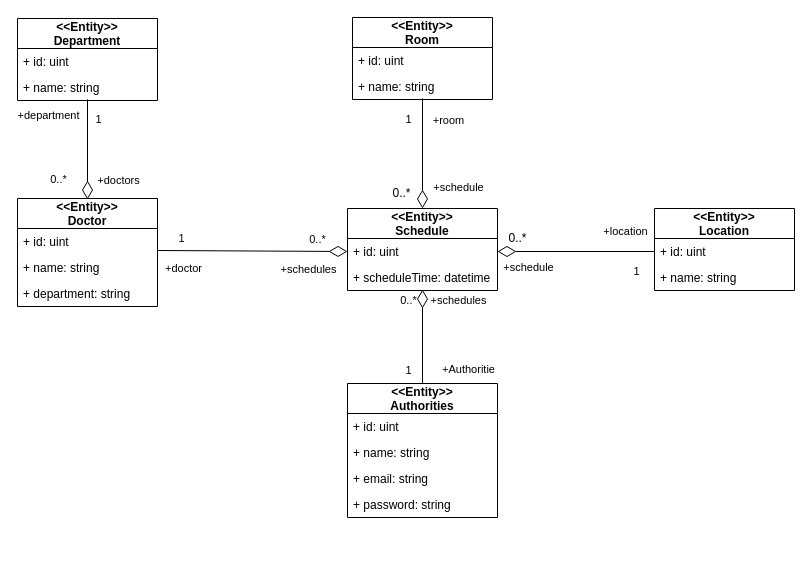
This is page "Design" (10 of 10) of ระบบนัดหมาย.drawio from nunpromporn/DoctorSchedule, a draw.io file, before an edit. Source tidied: cells renumbered, new cells numbered last; positions are measured from the earlier drawing's top-left corner, leaving out a move shared by most shapes. Both pictures are drawn from the tidied source at 100%, with x=0, y=0 at pixel (17, 17).
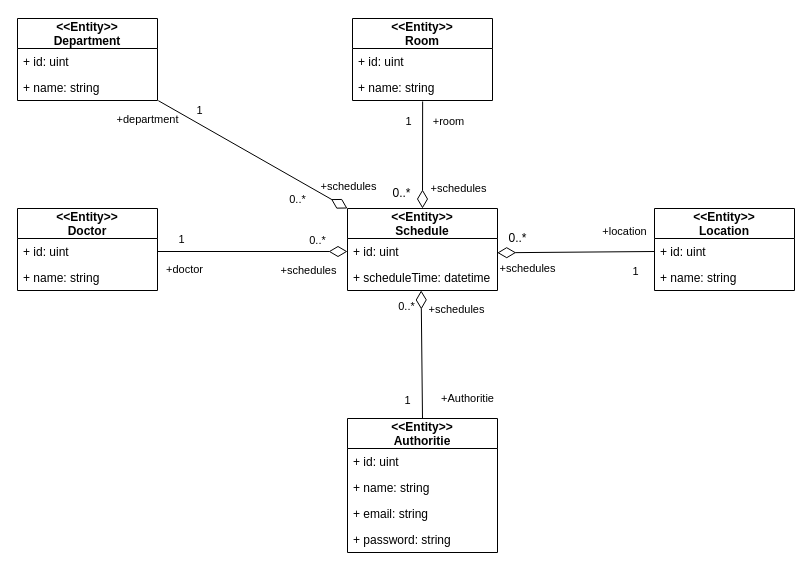
The same page after the edit.

Unchanged cells that the change refers to:
```xml
<mxCell id="2" value="&lt;&lt;Entity&gt;&gt;&#10;Department" style="swimlane;fontStyle=1;horizontal=1;startSize=30;fillColor=none;" parent="1" vertex="1">
  <mxGeometry y="1" width="140" height="82" as="geometry" />
</mxCell>
<mxCell id="9" value="&lt;&lt;Entity&gt;&gt;&#10;Schedule" style="swimlane;fontStyle=1;horizontal=1;startSize=30;fillColor=none;" parent="1" vertex="1">
  <mxGeometry x="330" y="191" width="150" height="82" as="geometry" />
</mxCell>
<mxCell id="11" value="+ scheduleTime: datetime" style="text;strokeColor=none;fillColor=none;align=left;verticalAlign=top;spacingLeft=4;spacingRight=4;overflow=hidden;points=[[0,0.5],[1,0.5]];portConstraint=eastwest;" parent="9" vertex="1">
  <mxGeometry y="56" width="150" height="26" as="geometry" />
</mxCell>
<mxCell id="12" value="&lt;&lt;Entity&gt;&gt;&#10;Location" style="swimlane;fontStyle=1;horizontal=1;startSize=30;fillColor=none;" parent="1" vertex="1">
  <mxGeometry x="637" y="191" width="140" height="82" as="geometry" />
</mxCell>
```

Change to the diagram source:
```diff
@@
-    <mxCell id="3" value="+ id: uint" style="text;strokeColor=none;fillColor=none;align=left;verticalAlign=top;spacingLeft=4;spacingRight=4;overflow=hidden;" parent="2" vertex="1">
-      <mxGeometry y="30" width="140" height="26" as="geometry" />
-    </mxCell>
-    <mxCell id="4" value="+ name: string" style="text;strokeColor=none;fillColor=none;align=left;verticalAlign=top;spacingLeft=4;spacingRight=4;overflow=hidden;" parent="2" vertex="1">
-      <mxGeometry y="56" width="140" height="26" as="geometry" />
-    </mxCell>
+    <mxCell id="48" value="+ id: uint" style="text;strokeColor=none;fillColor=none;align=left;verticalAlign=top;spacingLeft=4;spacingRight=4;overflow=hidden;" parent="2" vertex="1">
+      <mxGeometry y="30" width="140" height="26" as="geometry" />
+    </mxCell>
+    <mxCell id="49" value="+ name: string" style="text;strokeColor=none;fillColor=none;align=left;verticalAlign=top;spacingLeft=4;spacingRight=4;overflow=hidden;points=[[0,0.5],[1,0.5]];portConstraint=eastwest;" parent="2" vertex="1">
+      <mxGeometry y="56" width="140" height="26" as="geometry" />
+    </mxCell>
     <mxCell id="5" value="&lt;&lt;Entity&gt;&gt;&#10;Doctor" style="swimlane;fontStyle=1;horizontal=1;startSize=30;fillColor=none;" parent="1" vertex="1">
-      <mxGeometry y="181" width="140" height="108" as="geometry" />
+      <mxGeometry y="191" width="140" height="82" as="geometry" />
     </mxCell>
-    <mxCell id="6" value="+ id: uint" style="text;strokeColor=none;fillColor=none;align=left;verticalAlign=top;spacingLeft=4;spacingRight=4;overflow=hidden;" parent="5" vertex="1">
-      <mxGeometry y="30" width="140" height="26" as="geometry" />
-    </mxCell>
-    <mxCell id="7" value="+ name: string" style="text;strokeColor=none;fillColor=none;align=left;verticalAlign=top;spacingLeft=4;spacingRight=4;overflow=hidden;" parent="5" vertex="1">
-      <mxGeometry y="56" width="140" height="26" as="geometry" />
-    </mxCell>
-    <mxCell id="8" value="+ department: string" style="text;strokeColor=none;fillColor=none;align=left;verticalAlign=top;spacingLeft=4;spacingRight=4;overflow=hidden;" parent="5" vertex="1">
-      <mxGeometry y="82" width="140" height="26" as="geometry" />
-    </mxCell>
+    <mxCell id="50" value="+ id: uint" style="text;strokeColor=none;fillColor=none;align=left;verticalAlign=top;spacingLeft=4;spacingRight=4;overflow=hidden;points=[[0,0.5],[1,0.5]];portConstraint=eastwest;" parent="5" vertex="1">
+      <mxGeometry y="30" width="140" height="26" as="geometry" />
+    </mxCell>
+    <mxCell id="51" value="+ name: string" style="text;strokeColor=none;fillColor=none;align=left;verticalAlign=top;spacingLeft=4;spacingRight=4;overflow=hidden;" parent="5" vertex="1">
+      <mxGeometry y="56" width="140" height="26" as="geometry" />
+    </mxCell>
@@
-    <mxCell id="10" value="+ id: uint" style="text;strokeColor=none;fillColor=none;align=left;verticalAlign=top;spacingLeft=4;spacingRight=4;overflow=hidden;points=[[0,0.5],[1,0.5]];portConstraint=eastwest;" parent="9" vertex="1">
-      <mxGeometry y="30" width="150" height="26" as="geometry" />
-    </mxCell>
+    <mxCell id="52" value="+ id: uint" style="text;strokeColor=none;fillColor=none;align=left;verticalAlign=top;spacingLeft=4;spacingRight=4;overflow=hidden;points=[[0,0.5],[1,0.5]];portConstraint=eastwest;" parent="9" vertex="1">
+      <mxGeometry y="30" width="150" height="26" as="geometry" />
+    </mxCell>
@@
-    <mxCell id="13" value="+ id: uint" style="text;strokeColor=none;fillColor=none;align=left;verticalAlign=top;spacingLeft=4;spacingRight=4;overflow=hidden;points=[[0,0.5],[1,0.5]];portConstraint=eastwest;" parent="12" vertex="1">
-      <mxGeometry y="30" width="140" height="26" as="geometry" />
-    </mxCell>
-    <mxCell id="14" value="+ name: string" style="text;strokeColor=none;fillColor=none;align=left;verticalAlign=top;spacingLeft=4;spacingRight=4;overflow=hidden;" parent="12" vertex="1">
-      <mxGeometry y="56" width="140" height="26" as="geometry" />
-    </mxCell>
-    <mxCell id="15" value="&lt;&lt;Entity&gt;&gt;&#10;Authorities" style="swimlane;fontStyle=1;horizontal=1;startSize=30;fillColor=none;" parent="1" vertex="1">
-      <mxGeometry x="330" y="366" width="150" height="134" as="geometry" />
-    </mxCell>
-    <mxCell id="16" value="+ id: uint" style="text;strokeColor=none;fillColor=none;align=left;verticalAlign=top;spacingLeft=4;spacingRight=4;overflow=hidden;" parent="15" vertex="1">
-      <mxGeometry y="30" width="150" height="26" as="geometry" />
-    </mxCell>
+    <mxCell id="53" value="+ id: uint" style="text;strokeColor=none;fillColor=none;align=left;verticalAlign=top;spacingLeft=4;spacingRight=4;overflow=hidden;points=[[0,0.5],[1,0.5]];portConstraint=eastwest;" parent="12" vertex="1">
+      <mxGeometry y="30" width="140" height="26" as="geometry" />
+    </mxCell>
+    <mxCell id="54" value="+ name: string" style="text;strokeColor=none;fillColor=none;align=left;verticalAlign=top;spacingLeft=4;spacingRight=4;overflow=hidden;" parent="12" vertex="1">
+      <mxGeometry y="56" width="140" height="26" as="geometry" />
+    </mxCell>
+    <mxCell id="55" value="&lt;&lt;Entity&gt;&gt;&#10;Authoritie" style="swimlane;fontStyle=1;horizontal=1;startSize=30;fillColor=none;" parent="1" vertex="1">
+      <mxGeometry x="330" y="401" width="150" height="134" as="geometry" />
+    </mxCell>
+    <mxCell id="56" value="+ id: uint" style="text;strokeColor=none;fillColor=none;align=left;verticalAlign=top;spacingLeft=4;spacingRight=4;overflow=hidden;" parent="55" vertex="1">
+      <mxGeometry y="30" width="150" height="26" as="geometry" />
+    </mxCell>
-    <mxCell id="17" value="+ name: string" style="text;strokeColor=none;fillColor=none;align=left;verticalAlign=top;spacingLeft=4;spacingRight=4;overflow=hidden;" parent="15" vertex="1">
+    <mxCell id="17" value="+ name: string" style="text;strokeColor=none;fillColor=none;align=left;verticalAlign=top;spacingLeft=4;spacingRight=4;overflow=hidden;" parent="55" vertex="1">
       <mxGeometry y="56" width="150" height="26" as="geometry" />
     </mxCell>
-    <mxCell id="18" value="+ email: string" style="text;strokeColor=none;fillColor=none;align=left;verticalAlign=top;spacingLeft=4;spacingRight=4;overflow=hidden;" parent="15" vertex="1">
+    <mxCell id="18" value="+ email: string&#10;" style="text;strokeColor=none;fillColor=none;align=left;verticalAlign=top;spacingLeft=4;spacingRight=4;overflow=hidden;" parent="55" vertex="1">
       <mxGeometry y="82" width="150" height="26" as="geometry" />
     </mxCell>
-    <mxCell id="19" value="+ password: string&#10;" style="text;strokeColor=none;fillColor=none;align=left;verticalAlign=top;spacingLeft=4;spacingRight=4;overflow=hidden;" parent="15" vertex="1">
+    <mxCell id="19" value="+ password: string&#10;" style="text;strokeColor=none;fillColor=none;align=left;verticalAlign=top;spacingLeft=4;spacingRight=4;overflow=hidden;" parent="55" vertex="1">
       <mxGeometry y="108" width="150" height="26" as="geometry" />
     </mxCell>
-    <mxCell id="20" style="html=1;endArrow=diamondThin;elbow=vertical;rounded=1;endFill=0;endSize=16;startSize=16;targetPerimeterSpacing=16;sourcePerimeterSpacing=16;entryX=0.5;entryY=0;entryDx=0;entryDy=0;" parent="1" edge="1">
-      <mxGeometry relative="1" as="geometry">
-        <mxPoint x="70" y="82" as="sourcePoint" />
-        <mxPoint x="70" y="182" as="targetPoint" />
-      </mxGeometry>
-    </mxCell>
+    <mxCell id="57" style="html=1;endArrow=diamondThin;elbow=vertical;rounded=1;entryX=0;entryY=0;entryDx=0;entryDy=0;targetPerimeterSpacing=16;sourcePerimeterSpacing=16;endSize=16;startSize=16;endFill=0;exitX=1.006;exitY=1.007;exitDx=0;exitDy=0;exitPerimeter=0;" parent="1" edge="1" source="49" target="9">
+      <mxGeometry relative="1" as="geometry" />
+    </mxCell>
-    <mxCell id="21" value="+department" style="edgeLabel;html=1;align=center;verticalAlign=middle;" parent="20" vertex="1">
+    <mxCell id="21" value="+department" style="edgeLabel;html=1;align=center;verticalAlign=middle;" parent="57" vertex="1">
       <mxGeometry x="-0.71" y="-1" relative="1" as="geometry">
-        <mxPoint x="-39" as="offset" />
+        <mxPoint x="-39" y="2" as="offset" />
       </mxGeometry>
     </mxCell>
-    <mxCell id="22" value="1" style="edgeLabel;html=1;align=center;verticalAlign=middle;" parent="20" vertex="1">
-      <mxGeometry x="-0.58" y="-2" relative="1" as="geometry">
-        <mxPoint x="12" y="-2" as="offset" />
-      </mxGeometry>
-    </mxCell>
-    <mxCell id="23" value="0..*" style="edgeLabel;html=1;align=center;verticalAlign=middle;" parent="20" vertex="1">
-      <mxGeometry x="0.58" y="1" relative="1" as="geometry">
-        <mxPoint x="-31" as="offset" />
-      </mxGeometry>
-    </mxCell>
-    <mxCell id="24" value="+doctors" style="edgeLabel;html=1;align=center;verticalAlign=middle;" parent="20" vertex="1">
-      <mxGeometry x="0.6" y="1" relative="1" as="geometry">
-        <mxPoint x="29" as="offset" />
-      </mxGeometry>
-    </mxCell>
-    <mxCell id="25" style="html=1;endArrow=diamondThin;elbow=vertical;rounded=1;endFill=0;endSize=16;startSize=16;targetPerimeterSpacing=16;sourcePerimeterSpacing=16;entryX=0;entryY=0.5;entryDx=0;entryDy=0;" parent="1" edge="1" target="10">
-      <mxGeometry relative="1" as="geometry">
-        <mxPoint x="140" y="233" as="sourcePoint" />
-      </mxGeometry>
-    </mxCell>
-    <mxCell id="26" value="1" style="edgeLabel;html=1;align=center;verticalAlign=middle;" parent="25" vertex="1">
-      <mxGeometry x="-0.76" y="2" relative="1" as="geometry">
-        <mxPoint y="-11" as="offset" />
-      </mxGeometry>
-    </mxCell>
+    <mxCell id="58" value="1" style="edgeLabel;html=1;align=center;verticalAlign=middle;" parent="57" vertex="1">
+      <mxGeometry x="-0.58" y="-2" relative="1" as="geometry">
+        <mxPoint x="2" y="-15" as="offset" />
+      </mxGeometry>
+    </mxCell>
+    <mxCell id="59" value="0..*" style="edgeLabel;html=1;align=center;verticalAlign=middle;" parent="57" vertex="1">
+      <mxGeometry x="0.58" y="1" relative="1" as="geometry">
+        <mxPoint x="-11" y="14" as="offset" />
+      </mxGeometry>
+    </mxCell>
+    <mxCell id="60" value="+schedules" style="edgeLabel;html=1;align=center;verticalAlign=middle;" parent="57" vertex="1">
+      <mxGeometry x="0.6" y="1" relative="1" as="geometry">
+        <mxPoint x="38" as="offset" />
+      </mxGeometry>
+    </mxCell>
+    <mxCell id="61" style="html=1;endArrow=diamondThin;elbow=vertical;rounded=1;targetPerimeterSpacing=16;sourcePerimeterSpacing=16;endSize=16;startSize=16;endFill=0;exitX=1;exitY=0.5;exitDx=0;exitDy=0;entryX=0;entryY=0.5;entryDx=0;entryDy=0;" parent="1" edge="1" source="50" target="52">
+      <mxGeometry relative="1" as="geometry" />
+    </mxCell>
+    <mxCell id="62" value="1" style="edgeLabel;html=1;align=center;verticalAlign=middle;" parent="61" vertex="1">
+      <mxGeometry x="-0.76" y="2" relative="1" as="geometry">
+        <mxPoint y="-11" as="offset" />
+      </mxGeometry>
+    </mxCell>
-    <mxCell id="27" value="+doctor" style="edgeLabel;html=1;align=center;verticalAlign=middle;" parent="25" vertex="1">
+    <mxCell id="27" value="+doctor" style="edgeLabel;html=1;align=center;verticalAlign=middle;" parent="61" vertex="1">
       <mxGeometry x="-0.73" relative="1" as="geometry">
         <mxPoint y="17" as="offset" />
       </mxGeometry>
     </mxCell>
-    <mxCell id="28" value="0..*" style="edgeLabel;html=1;align=center;verticalAlign=middle;" parent="25" vertex="1">
-      <mxGeometry x="0.71" y="2" relative="1" as="geometry">
-        <mxPoint x="-3" y="-10" as="offset" />
-      </mxGeometry>
-    </mxCell>
-    <mxCell id="29" value="+schedules" style="edgeLabel;html=1;align=center;verticalAlign=middle;" parent="25" vertex="1">
-      <mxGeometry x="0.67" y="2" relative="1" as="geometry">
-        <mxPoint x="-9" y="20" as="offset" />
-      </mxGeometry>
-    </mxCell>
-    <mxCell id="30" style="html=1;endArrow=none;elbow=vertical;rounded=1;startArrow=diamondThin;startFill=0;endSize=16;startSize=16;targetPerimeterSpacing=16;endFill=0;sourcePerimeterSpacing=16;entryX=0;entryY=0.5;entryDx=0;entryDy=0;exitX=1;exitY=0.5;exitDx=0;exitDy=0;" parent="1" edge="1" source="10" target="13">
-      <mxGeometry relative="1" as="geometry" />
-    </mxCell>
-    <mxCell id="31" value="+schedule" style="edgeLabel;html=1;align=center;verticalAlign=middle;" parent="30" vertex="1">
-      <mxGeometry x="-0.86" relative="1" as="geometry">
-        <mxPoint x="19" y="15" as="offset" />
-      </mxGeometry>
-    </mxCell>
-    <mxCell id="32" value="1" style="edgeLabel;html=1;align=center;verticalAlign=middle;" parent="30" vertex="1">
-      <mxGeometry x="0.64" y="-2" relative="1" as="geometry">
-        <mxPoint x="9" y="17" as="offset" />
-      </mxGeometry>
-    </mxCell>
+    <mxCell id="63" value="0..*" style="edgeLabel;html=1;align=center;verticalAlign=middle;" parent="61" vertex="1">
+      <mxGeometry x="0.71" y="2" relative="1" as="geometry">
+        <mxPoint x="-3" y="-10" as="offset" />
+      </mxGeometry>
+    </mxCell>
+    <mxCell id="64" value="+schedules" style="edgeLabel;html=1;align=center;verticalAlign=middle;" parent="61" vertex="1">
+      <mxGeometry x="0.67" y="2" relative="1" as="geometry">
+        <mxPoint x="-9" y="20" as="offset" />
+      </mxGeometry>
+    </mxCell>
+    <mxCell id="65" style="html=1;endArrow=none;elbow=vertical;rounded=1;startArrow=diamondThin;startFill=0;targetPerimeterSpacing=16;sourcePerimeterSpacing=16;endSize=16;startSize=16;exitX=-0.007;exitY=0.976;exitDx=0;exitDy=0;exitPerimeter=0;entryX=0;entryY=0.5;entryDx=0;entryDy=0;" parent="1" edge="1" source="72" target="53">
+      <mxGeometry relative="1" as="geometry" />
+    </mxCell>
+    <mxCell id="66" value="+schedules" style="edgeLabel;html=1;align=center;verticalAlign=middle;" parent="65" vertex="1">
+      <mxGeometry x="-0.86" relative="1" as="geometry">
+        <mxPoint x="19" y="15" as="offset" />
+      </mxGeometry>
+    </mxCell>
+    <mxCell id="67" value="1" style="edgeLabel;html=1;align=center;verticalAlign=middle;" parent="65" vertex="1">
+      <mxGeometry x="0.64" y="-2" relative="1" as="geometry">
+        <mxPoint x="9" y="17" as="offset" />
+      </mxGeometry>
+    </mxCell>
-    <mxCell id="33" value="+location" style="edgeLabel;html=1;align=center;verticalAlign=middle;" parent="30" vertex="1">
+    <mxCell id="33" value="+location" style="edgeLabel;html=1;align=center;verticalAlign=middle;" parent="65" vertex="1">
       <mxGeometry x="0.62" y="1" relative="1" as="geometry">
         <mxPoint y="-20" as="offset" />
       </mxGeometry>
     </mxCell>
-    <mxCell id="34" style="html=1;endArrow=none;elbow=vertical;rounded=1;endSize=16;startSize=16;endFill=0;targetPerimeterSpacing=16;sourcePerimeterSpacing=16;startArrow=diamondThin;startFill=0;entryX=0.5;entryY=0;entryDx=0;entryDy=0;" parent="1" edge="1" target="15">
-      <mxGeometry relative="1" as="geometry">
-        <mxPoint x="405" y="272" as="sourcePoint" />
-      </mxGeometry>
-    </mxCell>
-    <mxCell id="35" value="0..*" style="edgeLabel;html=1;align=center;verticalAlign=middle;" parent="34" vertex="1">
-      <mxGeometry x="-0.65" relative="1" as="geometry">
-        <mxPoint x="-15" y="-6" as="offset" />
-      </mxGeometry>
-    </mxCell>
-    <mxCell id="36" value="+schedules" style="edgeLabel;html=1;align=center;verticalAlign=middle;" parent="34" vertex="1">
-      <mxGeometry x="-0.49" y="1" relative="1" as="geometry">
-        <mxPoint x="34" y="-14" as="offset" />
-      </mxGeometry>
-    </mxCell>
-    <mxCell id="37" value="1" style="edgeLabel;html=1;align=center;verticalAlign=middle;" parent="34" vertex="1">
-      <mxGeometry x="0.71" relative="1" as="geometry">
-        <mxPoint x="-15" as="offset" />
-      </mxGeometry>
-    </mxCell>
+    <mxCell id="68" style="html=1;endArrow=none;elbow=vertical;rounded=1;startArrow=diamondThin;startFill=0;targetPerimeterSpacing=16;sourcePerimeterSpacing=16;endSize=16;startSize=16;exitX=0.491;exitY=0.997;exitDx=0;exitDy=0;exitPerimeter=0;entryX=0.5;entryY=0;entryDx=0;entryDy=0;" parent="1" edge="1" source="11" target="55">
+      <mxGeometry relative="1" as="geometry" />
+    </mxCell>
+    <mxCell id="69" value="0..*" style="edgeLabel;html=1;align=center;verticalAlign=middle;" parent="68" vertex="1">
+      <mxGeometry x="-0.65" relative="1" as="geometry">
+        <mxPoint x="-15" y="-6" as="offset" />
+      </mxGeometry>
+    </mxCell>
+    <mxCell id="70" value="+schedules" style="edgeLabel;html=1;align=center;verticalAlign=middle;" parent="68" vertex="1">
+      <mxGeometry x="-0.49" y="1" relative="1" as="geometry">
+        <mxPoint x="34" y="-14" as="offset" />
+      </mxGeometry>
+    </mxCell>
+    <mxCell id="71" value="1" style="edgeLabel;html=1;align=center;verticalAlign=middle;" parent="68" vertex="1">
+      <mxGeometry x="0.71" relative="1" as="geometry">
+        <mxPoint x="-15" as="offset" />
+      </mxGeometry>
+    </mxCell>
-    <mxCell id="38" value="+Authoritie" style="edgeLabel;html=1;align=center;verticalAlign=middle;" parent="34" vertex="1">
+    <mxCell id="38" value="+Authoritie" style="edgeLabel;html=1;align=center;verticalAlign=middle;" parent="68" vertex="1">
       <mxGeometry x="0.74" y="3" relative="1" as="geometry">
         <mxPoint x="42" y="-3" as="offset" />
       </mxGeometry>
     </mxCell>
-    <mxCell id="39" value="0..*" style="text;html=1;align=center;verticalAlign=middle;strokeColor=none;fillColor=none;" parent="1" vertex="1">
-      <mxGeometry x="480" y="206" width="40" height="30" as="geometry" />
-    </mxCell>
+    <mxCell id="72" value="0..*" style="text;html=1;align=center;verticalAlign=middle;points=[];strokeColor=none;fillColor=none;" parent="1" vertex="1">
+      <mxGeometry x="480" y="206" width="40" height="30" as="geometry" />
+    </mxCell>
     <mxCell id="40" value="&lt;&lt;Entity&gt;&gt;&#10;Room" style="swimlane;fontStyle=1;horizontal=1;startSize=30;fillColor=none;" parent="1" vertex="1">
-      <mxGeometry x="335" width="140" height="82" as="geometry" />
+      <mxGeometry x="335" y="1" width="140" height="82" as="geometry" />
     </mxCell>
-    <mxCell id="41" value="+ id: uint" style="text;strokeColor=none;fillColor=none;align=left;verticalAlign=top;spacingLeft=4;spacingRight=4;overflow=hidden;" parent="40" vertex="1">
-      <mxGeometry y="30" width="140" height="26" as="geometry" />
-    </mxCell>
-    <mxCell id="42" value="+ name: string" style="text;strokeColor=none;fillColor=none;align=left;verticalAlign=top;spacingLeft=4;spacingRight=4;overflow=hidden;" parent="40" vertex="1">
-      <mxGeometry y="56" width="140" height="26" as="geometry" />
-    </mxCell>
-    <mxCell id="43" style="html=1;endArrow=none;elbow=vertical;rounded=1;exitX=0.5;exitY=0;exitDx=0;exitDy=0;targetPerimeterSpacing=16;sourcePerimeterSpacing=16;endSize=16;startSize=16;startArrow=diamondThin;startFill=0;" parent="1" edge="1" source="9">
-      <mxGeometry relative="1" as="geometry">
-        <mxPoint x="405" y="81" as="targetPoint" />
-      </mxGeometry>
-    </mxCell>
-    <mxCell id="44" value="+schedule" style="edgeLabel;html=1;align=center;verticalAlign=middle;" parent="43" vertex="1">
-      <mxGeometry x="-0.86" relative="1" as="geometry">
-        <mxPoint x="35" y="-14" as="offset" />
-      </mxGeometry>
-    </mxCell>
-    <mxCell id="45" value="1" style="edgeLabel;html=1;align=center;verticalAlign=middle;" parent="43" vertex="1">
-      <mxGeometry x="0.64" y="-2" relative="1" as="geometry">
-        <mxPoint x="-17" as="offset" />
-      </mxGeometry>
-    </mxCell>
+    <mxCell id="73" value="+ id: uint" style="text;strokeColor=none;fillColor=none;align=left;verticalAlign=top;spacingLeft=4;spacingRight=4;overflow=hidden;" parent="40" vertex="1">
+      <mxGeometry y="30" width="140" height="26" as="geometry" />
+    </mxCell>
+    <mxCell id="74" value="+ name: string" style="text;strokeColor=none;fillColor=none;align=left;verticalAlign=top;spacingLeft=4;spacingRight=4;overflow=hidden;points=[[0,0.5],[1,0.5]];portConstraint=eastwest;" parent="40" vertex="1">
+      <mxGeometry y="56" width="140" height="26" as="geometry" />
+    </mxCell>
+    <mxCell id="75" style="html=1;endArrow=none;elbow=vertical;rounded=1;exitX=0.5;exitY=0;exitDx=0;exitDy=0;targetPerimeterSpacing=16;sourcePerimeterSpacing=16;endSize=16;startSize=16;endFill=0;startArrow=diamondThin;startFill=0;entryX=0.501;entryY=1.036;entryDx=0;entryDy=0;entryPerimeter=0;" parent="1" edge="1" source="9" target="74">
+      <mxGeometry relative="1" as="geometry" />
+    </mxCell>
+    <mxCell id="76" value="+schedules" style="edgeLabel;html=1;align=center;verticalAlign=middle;" parent="75" vertex="1">
+      <mxGeometry x="-0.86" relative="1" as="geometry">
+        <mxPoint x="35" y="-14" as="offset" />
+      </mxGeometry>
+    </mxCell>
+    <mxCell id="77" value="1" style="edgeLabel;html=1;align=center;verticalAlign=middle;" parent="75" vertex="1">
+      <mxGeometry x="0.64" y="-2" relative="1" as="geometry">
+        <mxPoint x="-17" as="offset" />
+      </mxGeometry>
+    </mxCell>
-    <mxCell id="46" value="+room" style="edgeLabel;html=1;align=center;verticalAlign=middle;" parent="43" vertex="1">
+    <mxCell id="46" value="+room" style="edgeLabel;html=1;align=center;verticalAlign=middle;" parent="75" vertex="1">
       <mxGeometry x="0.62" y="1" relative="1" as="geometry">
         <mxPoint x="26" as="offset" />
       </mxGeometry>
     </mxCell>
-    <mxCell id="47" value="0..*" style="text;html=1;align=center;verticalAlign=middle;strokeColor=none;fillColor=none;" parent="1" vertex="1">
-      <mxGeometry x="364" y="161" width="40" height="30" as="geometry" />
-    </mxCell>
+    <mxCell id="78" value="0..*" style="text;html=1;align=center;verticalAlign=middle;strokeColor=none;fillColor=none;" parent="1" vertex="1">
+      <mxGeometry x="364" y="161" width="40" height="30" as="geometry" />
+    </mxCell>
```
